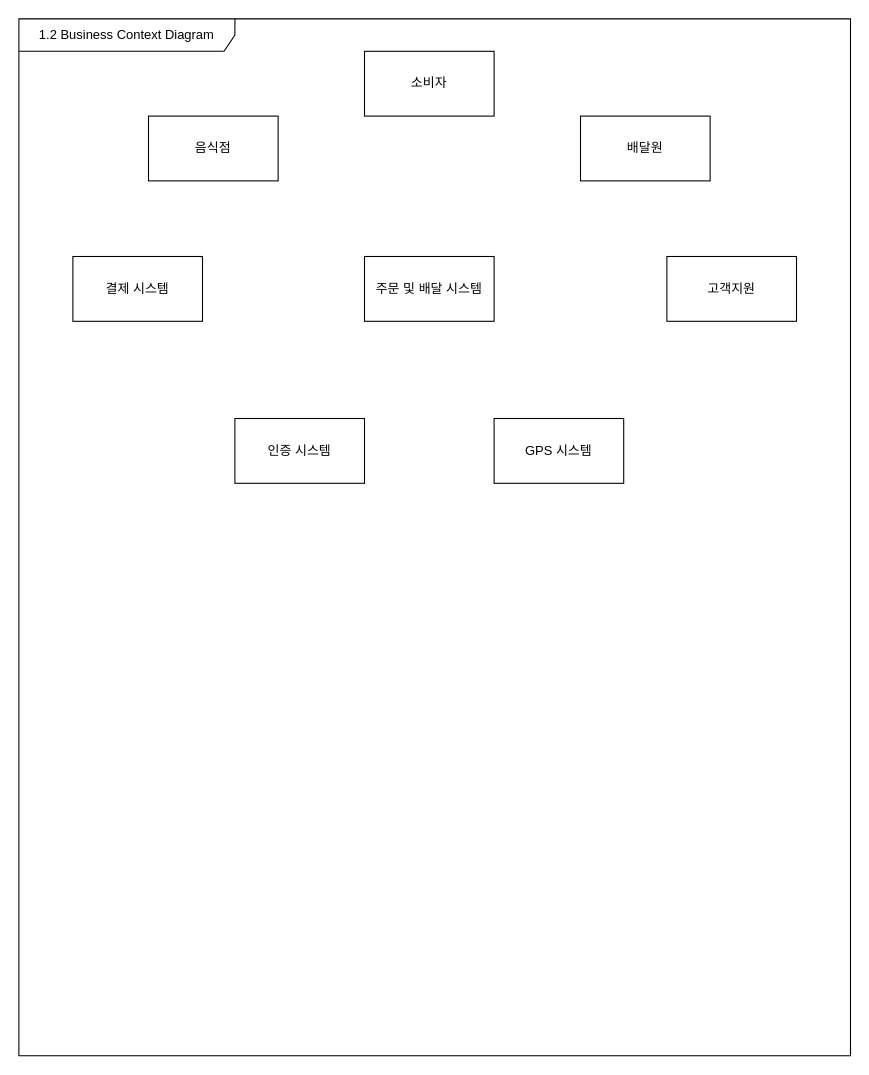
This is page "페이지-2" (2 of 2) of 소웨공 기말.drawio from hyun10144/Lecture3-1, a draw.io file, before an edit. Source tidied: cells renumbered, new cells numbered last; positions are measured from the earlier drawing's top-left corner, leaving out a move shared by most shapes. Both pictures are drawn from the tidied source at 108%, with x=0, y=0 at pixel (18, 18).
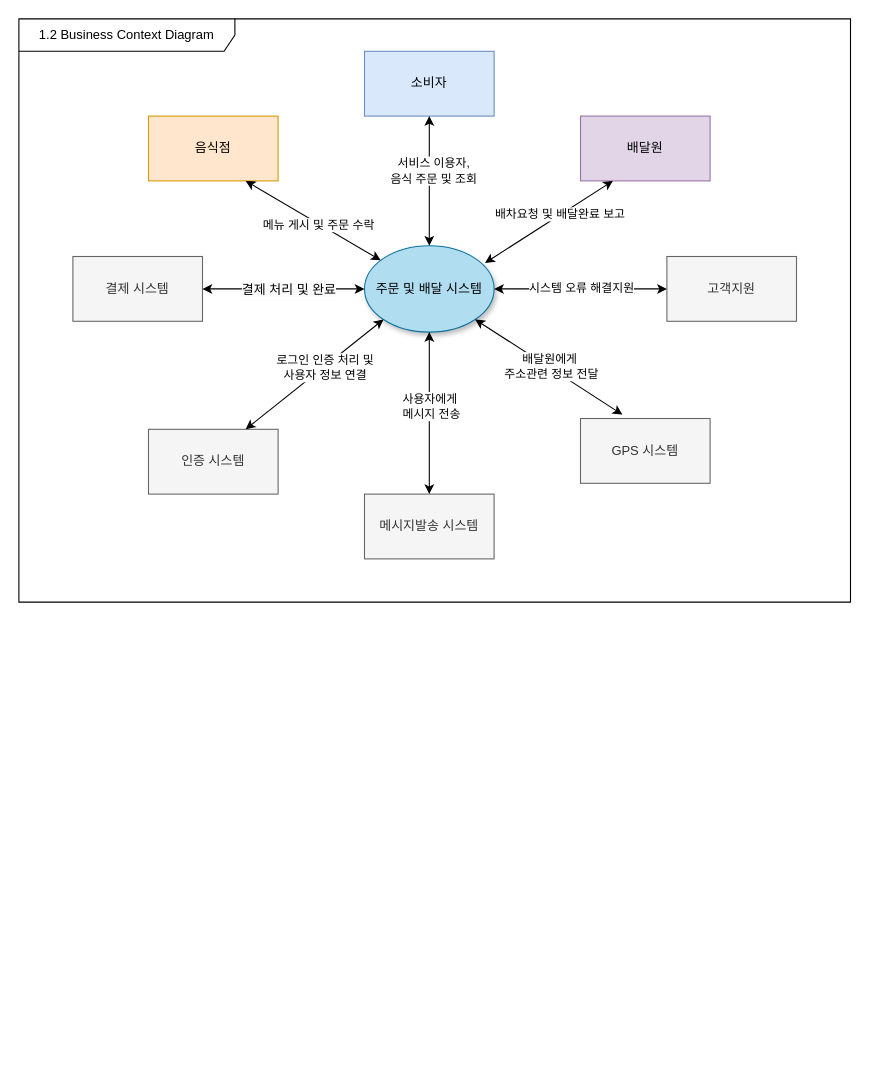
After the change.

Commit message:
소웨공 기말.drawio 업데이트

Change to the diagram source:
```diff
@@
     <mxCell id="2" value="1.2 Business Context Diagram" style="shape=umlFrame;whiteSpace=wrap;html=1;width=200;height=30;" parent="1" vertex="1">
-      <mxGeometry width="770" height="960" as="geometry" />
+      <mxGeometry width="770" height="540" as="geometry" />
     </mxCell>
-    <mxCell id="3" value="소비자" style="rounded=0;whiteSpace=wrap;html=1;" parent="2" vertex="1">
+    <mxCell id="3" value="소비자" style="rounded=0;whiteSpace=wrap;html=1;fillColor=#dae8fc;strokeColor=#6c8ebf;" parent="2" vertex="1">
       <mxGeometry x="320" y="30" width="120" height="60" as="geometry" />
     </mxCell>
-    <mxCell id="4" value="음식점" style="rounded=0;whiteSpace=wrap;html=1;" parent="2" vertex="1">
+    <mxCell id="4" value="음식점" style="rounded=0;whiteSpace=wrap;html=1;fillColor=#ffe6cc;strokeColor=#d79b00;" parent="2" vertex="1">
       <mxGeometry x="120" y="90" width="120" height="60" as="geometry" />
     </mxCell>
-    <mxCell id="5" value="배달원" style="rounded=0;whiteSpace=wrap;html=1;" parent="2" vertex="1">
+    <mxCell id="5" value="배달원" style="rounded=0;whiteSpace=wrap;html=1;fillColor=#e1d5e7;strokeColor=#9673a6;" parent="2" vertex="1">
       <mxGeometry x="520" y="90" width="120" height="60" as="geometry" />
     </mxCell>
-    <mxCell id="6" value="고객지원" style="rounded=0;whiteSpace=wrap;html=1;" parent="2" vertex="1">
+    <mxCell id="6" value="고객지원" style="rounded=0;whiteSpace=wrap;html=1;fillColor=#f5f5f5;fontColor=#333333;strokeColor=#666666;" parent="2" vertex="1">
       <mxGeometry x="600" y="220" width="120" height="60" as="geometry" />
     </mxCell>
-    <mxCell id="7" value="GPS 시스템" style="rounded=0;whiteSpace=wrap;html=1;" parent="2" vertex="1">
-      <mxGeometry x="440" y="370" width="120" height="60" as="geometry" />
+    <mxCell id="7" value="GPS 시스템" style="rounded=0;whiteSpace=wrap;html=1;fillColor=#f5f5f5;fontColor=#333333;strokeColor=#666666;" parent="2" vertex="1">
+      <mxGeometry x="520" y="370" width="120" height="60" as="geometry" />
     </mxCell>
-    <mxCell id="8" value="결제 시스템" style="rounded=0;whiteSpace=wrap;html=1;" parent="2" vertex="1">
+    <mxCell id="8" value="결제 시스템" style="rounded=0;whiteSpace=wrap;html=1;fillColor=#f5f5f5;fontColor=#333333;strokeColor=#666666;" parent="2" vertex="1">
       <mxGeometry x="50" y="220" width="120" height="60" as="geometry" />
     </mxCell>
-    <mxCell id="9" value="인증 시스템" style="rounded=0;whiteSpace=wrap;html=1;" parent="2" vertex="1">
-      <mxGeometry x="200" y="370" width="120" height="60" as="geometry" />
+    <mxCell id="9" value="인증 시스템" style="rounded=0;whiteSpace=wrap;html=1;fillColor=#f5f5f5;fontColor=#333333;strokeColor=#666666;" parent="2" vertex="1">
+      <mxGeometry x="120" y="380" width="120" height="60" as="geometry" />
     </mxCell>
-    <mxCell id="10" value="주문 및 배달 시스템" style="rounded=0;whiteSpace=wrap;html=1;" parent="2" vertex="1">
-      <mxGeometry x="320" y="220" width="120" height="60" as="geometry" />
+    <mxCell id="10" value="주문 및 배달 시스템" style="ellipse;whiteSpace=wrap;html=1;strokeWidth=1;shadow=1;fillColor=#b1ddf0;strokeColor=#10739e;" parent="2" vertex="1">
+      <mxGeometry x="320" y="210" width="120" height="80" as="geometry" />
     </mxCell>
+    <mxCell id="11" style="endArrow=classic;startArrow=classic;html=1;rounded=0;entryX=0.25;entryY=1;entryDx=0;entryDy=0;exitX=0.93;exitY=0.2;exitDx=0;exitDy=0;exitPerimeter=0;" parent="2" edge="1" source="10" target="5">
+      <mxGeometry relative="1" as="geometry" />
+    </mxCell>
+    <mxCell id="12" value="배차요청 및 배달완료 보고" style="edgeLabel;html=1;align=center;verticalAlign=middle;" parent="11" vertex="1">
+      <mxGeometry x="0.16" y="1" relative="1" as="geometry" />
+    </mxCell>
+    <mxCell id="13" style="endArrow=classic;startArrow=classic;html=1;rounded=0;entryX=0.5;entryY=1;entryDx=0;entryDy=0;" parent="2" edge="1" source="10" target="3">
+      <mxGeometry relative="1" as="geometry" />
+    </mxCell>
+    <mxCell id="14" value="서비스 이용자,&lt;div&gt;음식 주문 및 조회&lt;/div&gt;" style="edgeLabel;html=1;align=center;verticalAlign=middle;" parent="13" vertex="1">
+      <mxGeometry x="0.17" y="-3" relative="1" as="geometry" />
+    </mxCell>
+    <mxCell id="15" style="endArrow=classic;startArrow=classic;html=1;rounded=0;entryX=0.75;entryY=1;entryDx=0;entryDy=0;" parent="2" edge="1" source="10" target="4">
+      <mxGeometry relative="1" as="geometry" />
+    </mxCell>
+    <mxCell id="16" value="메뉴 게시 및 주문 수락&amp;nbsp;" style="edgeLabel;html=1;align=center;verticalAlign=middle;" parent="15" vertex="1">
+      <mxGeometry x="-0.1" y="1" relative="1" as="geometry">
+        <mxPoint y="-1" as="offset" />
+      </mxGeometry>
+    </mxCell>
+    <mxCell id="17" style="endArrow=classic;startArrow=classic;html=1;rounded=0;entryX=1;entryY=0.5;entryDx=0;entryDy=0;exitX=0;exitY=0.5;exitDx=0;exitDy=0;" parent="2" edge="1" source="10" target="8">
+      <mxGeometry relative="1" as="geometry" />
+    </mxCell>
+    <mxCell id="18" value="&lt;span style=&quot;font-size: 12px; background-color: rgb(251, 251, 251);&quot;&gt;결제 처리 및 완료&lt;/span&gt;" style="edgeLabel;html=1;align=center;verticalAlign=middle;" parent="17" vertex="1">
+      <mxGeometry x="-0.22" y="1" relative="1" as="geometry">
+        <mxPoint x="-12" y="-1" as="offset" />
+      </mxGeometry>
+    </mxCell>
+    <mxCell id="19" style="endArrow=classic;startArrow=classic;html=1;rounded=0;entryX=1;entryY=0.5;entryDx=0;entryDy=0;exitX=0;exitY=0.5;exitDx=0;exitDy=0;" parent="2" edge="1" source="6" target="10">
+      <mxGeometry relative="1" as="geometry" />
+    </mxCell>
+    <mxCell id="20" value="시스템 오류 해결지원" style="edgeLabel;html=1;align=center;verticalAlign=middle;" parent="19" vertex="1">
+      <mxGeometry y="-2" relative="1" as="geometry" />
+    </mxCell>
+    <mxCell id="21" style="endArrow=classic;startArrow=classic;html=1;rounded=0;entryX=0.75;entryY=0;entryDx=0;entryDy=0;exitX=0;exitY=1;exitDx=0;exitDy=0;" parent="2" edge="1" source="10" target="9">
+      <mxGeometry relative="1" as="geometry" />
+    </mxCell>
+    <mxCell id="22" value="로그인 인증 처리 및&amp;nbsp;&lt;div&gt;사용자 정보 연결&amp;nbsp;&lt;/div&gt;" style="edgeLabel;html=1;align=center;verticalAlign=middle;" parent="21" vertex="1">
+      <mxGeometry x="-0.16" y="1" relative="1" as="geometry" />
+    </mxCell>
+    <mxCell id="23" style="endArrow=classic;startArrow=classic;html=1;rounded=0;entryX=1;entryY=1;entryDx=0;entryDy=0;exitX=0.323;exitY=-0.06;exitDx=0;exitDy=0;exitPerimeter=0;" parent="2" edge="1" source="7" target="10">
+      <mxGeometry relative="1" as="geometry" />
+    </mxCell>
+    <mxCell id="24" value="배달원에게&amp;nbsp;&lt;div&gt;주소관련 정보 전달&lt;/div&gt;" style="edgeLabel;html=1;align=center;verticalAlign=middle;" parent="23" vertex="1">
+      <mxGeometry x="-0.03" y="-2" relative="1" as="geometry">
+        <mxPoint x="-1" as="offset" />
+      </mxGeometry>
+    </mxCell>
+    <mxCell id="25" value="메시지발송 시스템" style="rounded=0;whiteSpace=wrap;html=1;fillColor=#f5f5f5;fontColor=#333333;strokeColor=#666666;" parent="2" vertex="1">
+      <mxGeometry x="320" y="440" width="120" height="60" as="geometry" />
+    </mxCell>
+    <mxCell id="26" style="endArrow=classic;startArrow=classic;html=1;rounded=0;entryX=0.5;entryY=1;entryDx=0;entryDy=0;exitX=0.5;exitY=0;exitDx=0;exitDy=0;" parent="2" edge="1" source="25" target="10">
+      <mxGeometry relative="1" as="geometry" />
+    </mxCell>
+    <mxCell id="27" value="사용자에게&amp;nbsp;&lt;div&gt;메시지 전송&lt;/div&gt;" style="edgeLabel;html=1;align=center;verticalAlign=middle;" parent="26" vertex="1">
+      <mxGeometry x="0.09" y="-1" relative="1" as="geometry" />
+    </mxCell>
```
